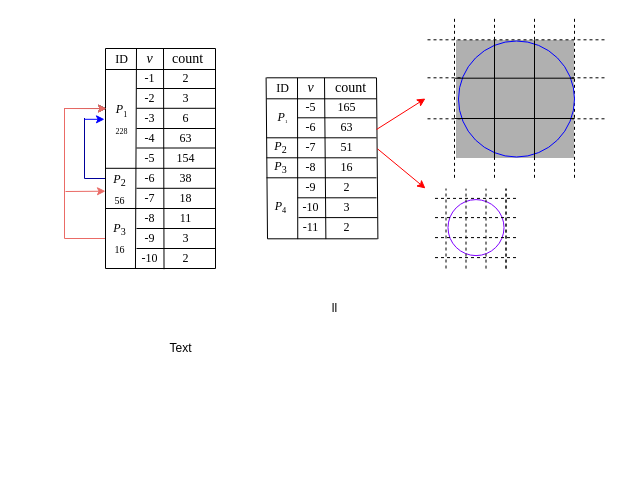
Before: page "Page-1" (1 of 2) of a.drawio in fanxingandao/lch, a draw.io diagram. Source tidied: cells renumbered, new cells numbered last; positions are measured from the earlier drawing's top-left corner, leaving out a move shared by most shapes. Both pictures are drawn from the tidied source at 100%, with x=0, y=0 at pixel (24, 17).
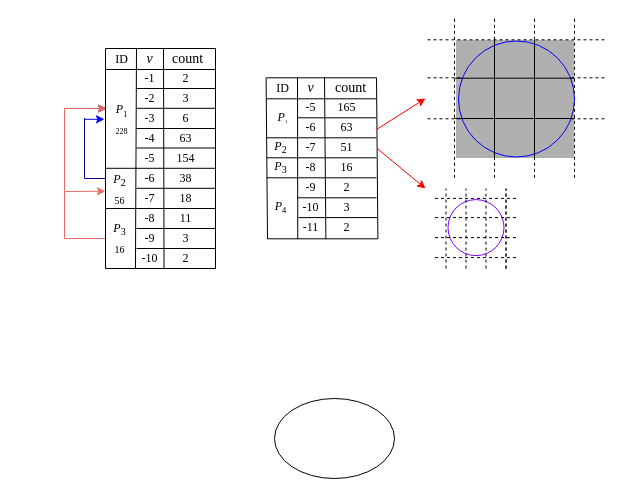
Above is the later version.

Change to the diagram source:
```diff
@@
-    <mxCell id="111" value="Text" style="text;html=1;align=center;verticalAlign=middle;" parent="1" vertex="1">
-      <mxGeometry x="136" y="321" width="40" height="20" as="geometry" />
-    </mxCell>
-    <mxCell id="112" value="ll" style="text;html=1;align=center;verticalAlign=middle;strokeColor=none;" parent="1" vertex="1">
-      <mxGeometry x="300" y="281" width="20" height="20" as="geometry" />
-    </mxCell>
+    <mxCell id="113" style="ellipse;whiteSpace=wrap;html=1;" parent="1" vertex="1">
+      <mxGeometry x="250" y="381" width="120" height="80" as="geometry" />
+    </mxCell>
```
